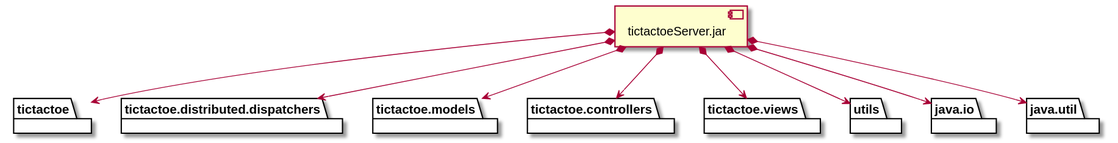
This is docs/build/docs/asciidoc/images/diagramaImplementacionServer.svg from x-USantaTecla-game-ticTacToe/java, a PlantUML export, as it was before one commit.
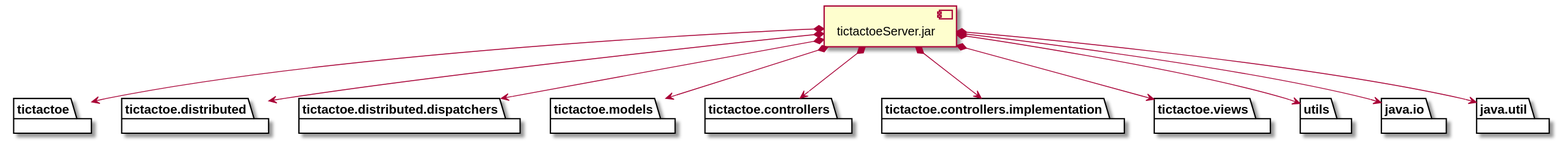
After the commit.

What changed in the source:
```diff
@@ -1,12 +1,16 @@
 @startuml
 
 package "  "  as tictactoe {
+}
+package "  "  as tictactoe.distributed {
 }
 package "  "  as tictactoe.distributed.dispatchers {
 }
 package "  "  as tictactoe.models {
 }
 package "  "  as tictactoe.controllers {
+}
+package "  "  as tictactoe.controllers.implementation {
 }
 package "  "  as tictactoe.views {
 }
@@ -20,9 +24,11 @@
 [tictactoeServer.jar] as jarServer
 
 jarServer *--> tictactoe
+jarServer *--> tictactoe.distributed
 jarServer *--> tictactoe.distributed.dispatchers
 jarServer *--> tictactoe.models
 jarServer *--> tictactoe.controllers
+jarServer *--> tictactoe.controllers.implementation
 jarServer *--> tictactoe.views
 jarServer *--> utils
 jarServer *--> java.io
```
